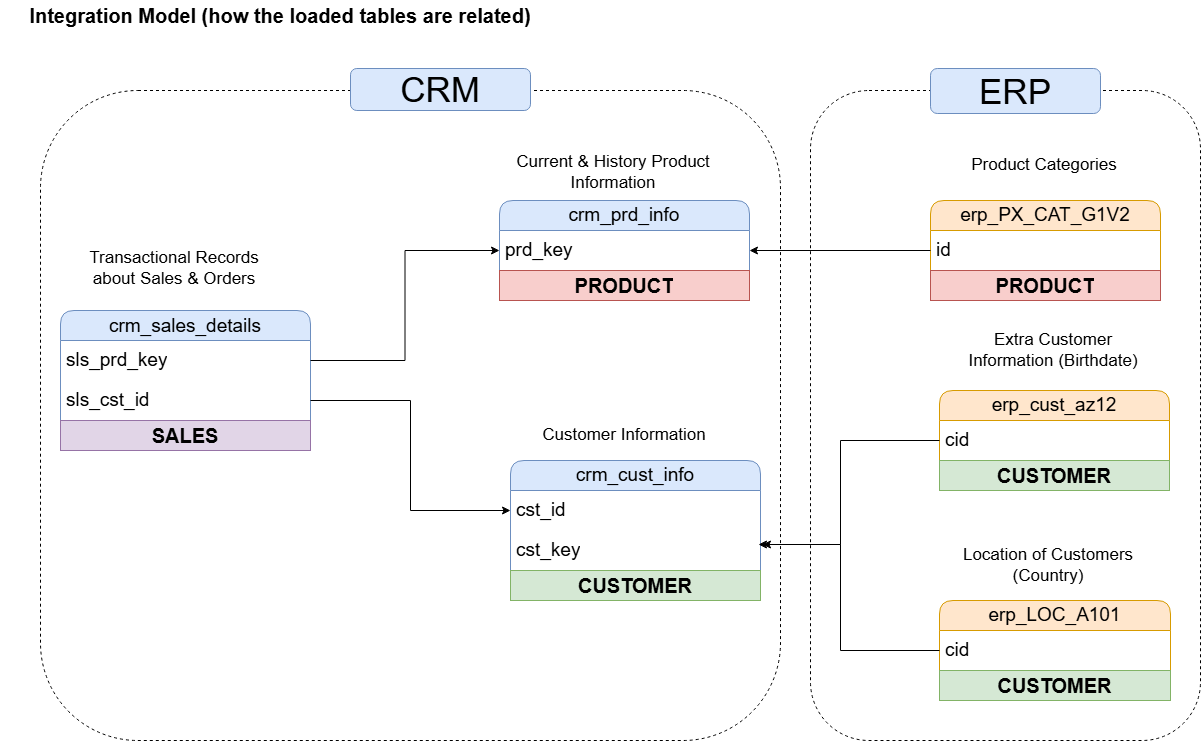
This is docs/Data_Integration_Model.drawio.png from bayyangjie/Data-Warehouse-Project, a draw.io export, as it was before one commit. Source tidied: cells renumbered, new cells last; positions are measured from the earlier drawing's top-left corner, leaving out a move shared by most shapes.
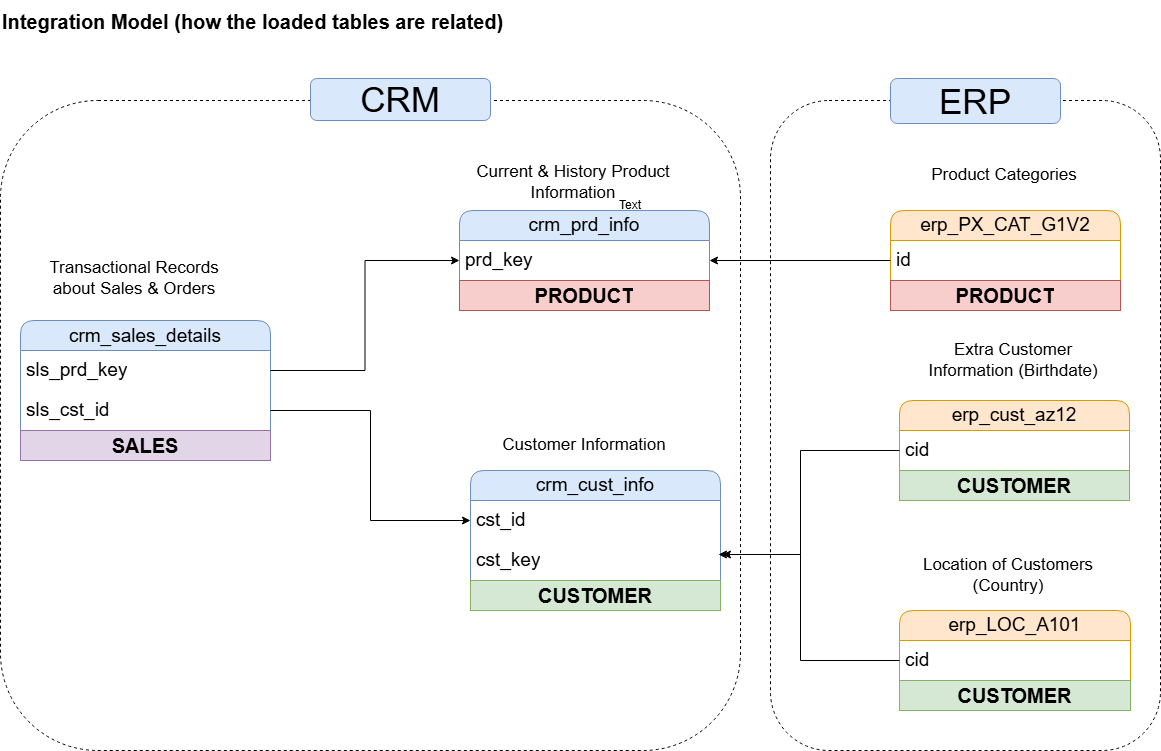
Later version of the same file.

The edit, as a diff of the source:
```diff
@@ -120,8 +120,11 @@
         </Array>
       </mxGeometry>
     </mxCell>
+    <mxCell id="39" value="Text" style="text;html=1;align=center;verticalAlign=middle;whiteSpace=wrap;rounded=0;" parent="1" vertex="1">
+      <mxGeometry x="640" y="180" width="60" height="30" as="geometry" />
+    </mxCell>
-    <mxCell id="38" value="&lt;b&gt;&lt;font&gt;Integration Model (how the loaded tables are related)&lt;/font&gt;&lt;/b&gt;" style="text;html=1;align=center;verticalAlign=middle;whiteSpace=wrap;rounded=0;fontSize=20;" parent="1" vertex="1">
-      <mxGeometry width="560" height="30" as="geometry" />
+    <mxCell id="38" value="&lt;h1 style=&quot;margin-top: 0px;&quot;&gt;&lt;b style=&quot;font-size: 20px; text-align: center;&quot;&gt;Integration Model (how the loaded tables are related)&lt;/b&gt;&lt;/h1&gt;" style="text;html=1;whiteSpace=wrap;overflow=hidden;rounded=0;" parent="1" vertex="1">
+      <mxGeometry x="40" y="-10" width="590" height="52" as="geometry" />
     </mxCell>
   </root>
 </mxGraphModel>
```
